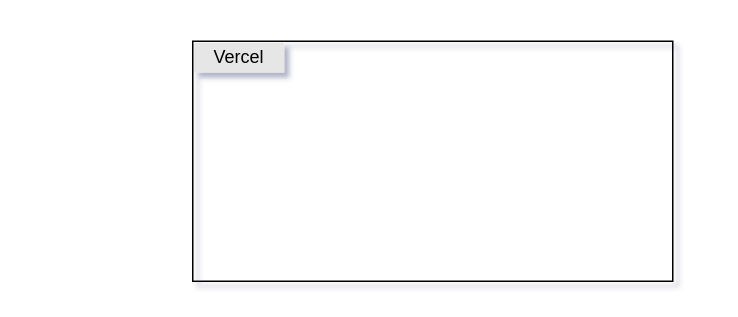
Before: アーキテクチャ図テスト.drawio in omochanocha/omochanocha.github.io, a draw.io diagram. Source tidied: cells renumbered, new cells numbered last; positions are measured from the earlier drawing's top-left corner, leaving out a move shared by most shapes. Both pictures are drawn from the tidied source at 150%, with x=0, y=0 at pixel (192, 40). Pictures stored in the file or linked from it are replaced by grey dashed boxes.
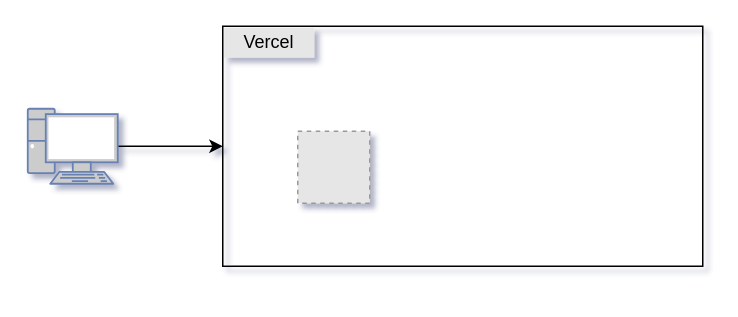
After the change.

Commit message:
アーキテクチャ図テスト.drawio を更新します

What changed in the source:
```diff
@@
 <mxGraphModel shadow="1">
   <root>
     <mxCell id="0" />
     <mxCell id="1" parent="0" />
+    <mxCell id="4" style="group;" parent="1" vertex="1">
+      <mxGeometry x="20" y="-10" width="320" height="160" as="geometry" />
+    </mxCell>
-    <mxCell id="2" style="rounded=0;whiteSpace=wrap;html=1;fillColor=none;strokeWidth=1;" parent="1" vertex="1">
+    <mxCell id="2" style="rounded=0;whiteSpace=wrap;html=1;fillColor=none;strokeWidth=1;" parent="4" vertex="1">
       <mxGeometry width="320" height="160" as="geometry" />
     </mxCell>
-    <mxCell id="3" value="Vercel" style="text;align=center;verticalAlign=middle;rounded=0;fontFamily=Helvetica;shadow=0;strokeWidth=1;fillStyle=auto;fillColor=#E6E6E6;whiteSpace=wrap;html=1;labelBackgroundColor=none;labelBorderColor=none;textShadow=0;direction=west;glass=0;imageAspect=1;" parent="1" vertex="1">
+    <mxCell id="3" value="Vercel" style="text;align=center;verticalAlign=middle;rounded=0;fontFamily=Helvetica;shadow=0;strokeWidth=1;fillStyle=auto;fillColor=#E6E6E6;whiteSpace=wrap;html=1;labelBackgroundColor=none;labelBorderColor=none;textShadow=0;direction=west;glass=0;imageAspect=1;" parent="4" vertex="1">
       <mxGeometry x="1" y="1" width="60" height="20" as="geometry" />
     </mxCell>
+    <mxCell id="5" style="fillColor=#E6E6E6;strokeColor=#999999;dashed=1;verticalLabelPosition=bottom;verticalAlign=top;" parent="4" vertex="1">
+      <mxGeometry x="50" y="70" width="48" height="48" as="geometry" />
+    </mxCell>
+    <mxCell id="6" style="edgeStyle=orthogonalEdgeStyle;rounded=0;jettySize=auto;html=1;entryX=0;entryY=0.5;entryDx=0;entryDy=0;" parent="1" edge="1" source="7" target="2">
+      <mxGeometry relative="1" as="geometry">
+        <Array as="points">
+          <mxPoint x="-20" y="70" />
+          <mxPoint x="-20" y="70" />
+        </Array>
+      </mxGeometry>
+    </mxCell>
+    <mxCell id="7" style="fontColor=#0066CC;verticalAlign=top;verticalLabelPosition=bottom;labelPosition=center;align=center;html=1;outlineConnect=0;fillColor=#CCCCCC;strokeColor=#6881B3;gradientColor=none;gradientDirection=north;strokeWidth=2;shape=mxgraph.networks.pc;" parent="1" vertex="1">
+      <mxGeometry x="-110" y="45" width="60" height="50" as="geometry" />
+    </mxCell>
   </root>
 </mxGraphModel>
```
